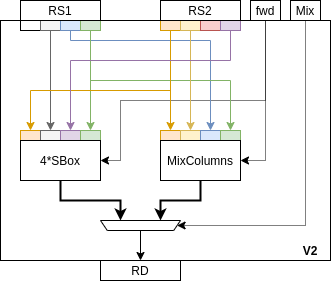
Before: doc/diagrams/ise-datapath-v2.png, a diagram exported from draw.io (scarv/aes-risc-pipeline). Source tidied: cells renumbered, new cells last; positions are measured from the earlier drawing's top-left corner, leaving out a move shared by most shapes.
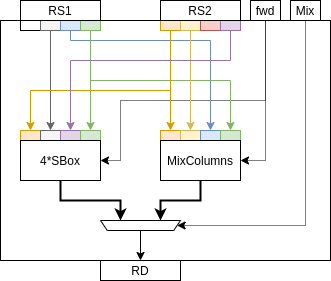
The same diagram one commit later.

Change to the diagram source:
```diff
@@ -197,8 +197,5 @@
     <mxCell id="56" value="RD" style="rounded=0;whiteSpace=wrap;html=1;" parent="1" vertex="1">
       <mxGeometry x="100" y="260" width="80" height="20" as="geometry" />
     </mxCell>
-    <mxCell id="57" value="&lt;b&gt;&lt;font style=&quot;font-size: 12px&quot;&gt;V2&lt;/font&gt;&lt;/b&gt;" style="text;html=1;strokeColor=none;fillColor=none;align=center;verticalAlign=middle;whiteSpace=wrap;rounded=0;fontSize=9;" parent="1" vertex="1">
-      <mxGeometry x="290" y="240" width="40" height="20" as="geometry" />
-    </mxCell>
   </root>
 </mxGraphModel>
```
